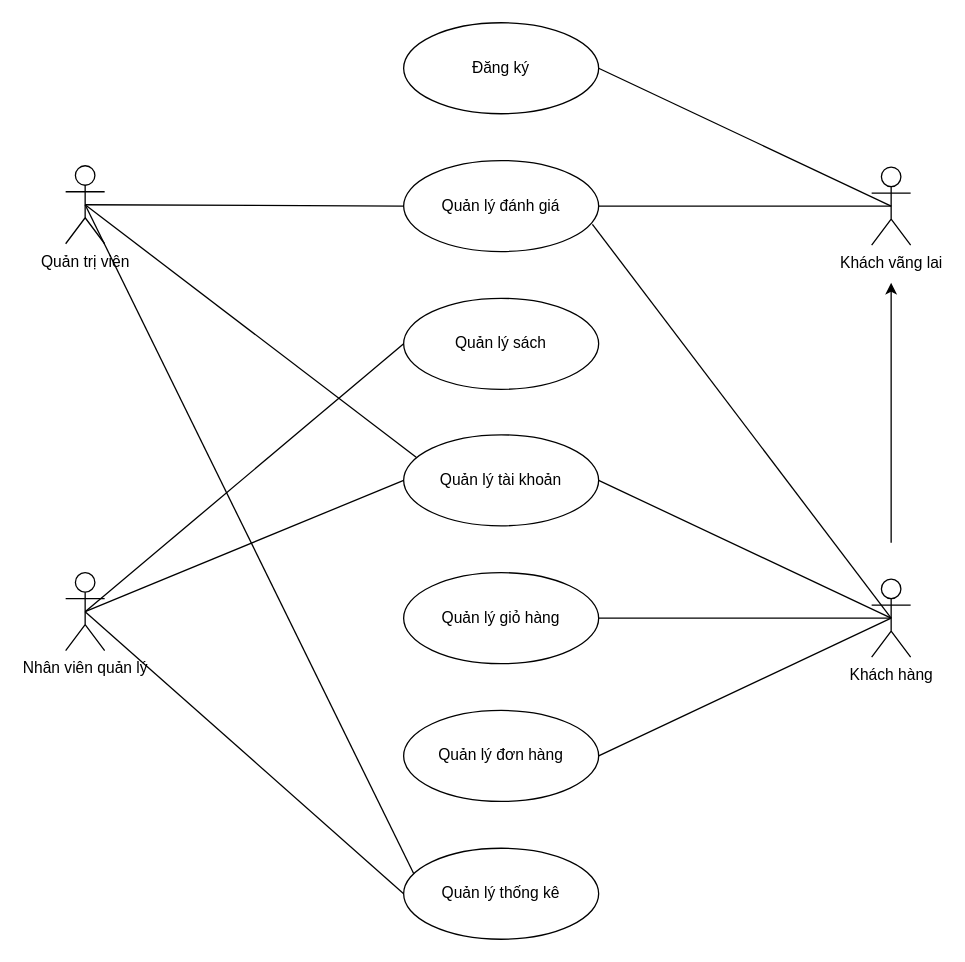
Above: Biểu đồ không có tiêu đề.drawio in NguyenPhuc2205/PBL3_Online-Bookstore (draw.io), before the change. Source tidied: cells renumbered, new cells numbered last; positions are measured from the earlier drawing's top-left corner, leaving out a move shared by most shapes. Both pictures are drawn from the tidied source at 130%, with x=0, y=0 at pixel (65, 22).
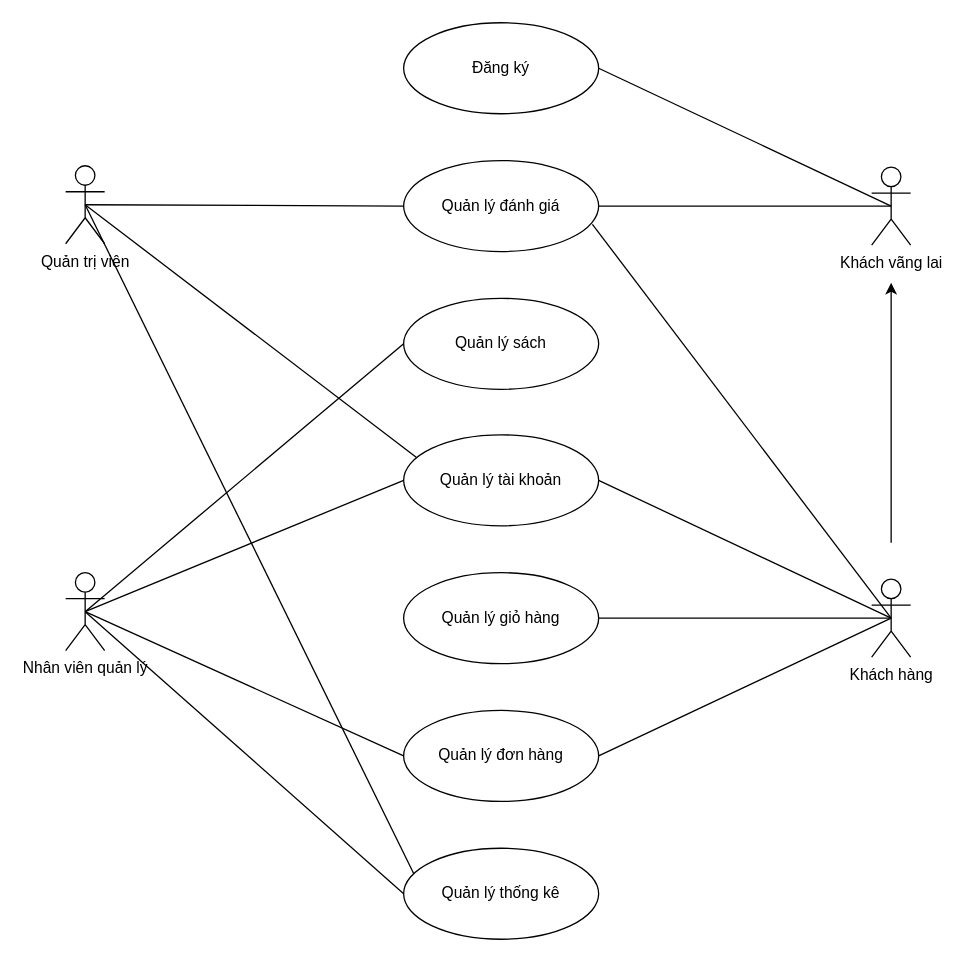
Above is the later version.

Commit message:
Cập nhật Biểu đồ không có tiêu đề.drawio

The change refers to these unchanged cells:
```xml
<mxCell id="8" value="Quản lý đơn hàng" style="ellipse;whiteSpace=wrap;html=1;" parent="1" vertex="1">
  <mxGeometry x="260" y="529" width="150" height="70" as="geometry" />
</mxCell>
<mxCell id="14" value="Nhân viên quản lý" style="shape=umlActor;verticalLabelPosition=bottom;verticalAlign=top;html=1;outlineConnect=0;" parent="1" vertex="1">
  <mxGeometry y="423" width="30" height="60" as="geometry" />
</mxCell>
```

What changed in the source:
```diff
@@
+    <mxCell id="26" style="endArrow=none;html=1;rounded=0;exitX=0.5;exitY=0.5;exitDx=0;exitDy=0;exitPerimeter=0;entryX=0;entryY=0.5;entryDx=0;entryDy=0;" parent="1" edge="1" source="14" target="8">
+      <mxGeometry relative="1" as="geometry" />
+    </mxCell>
```
